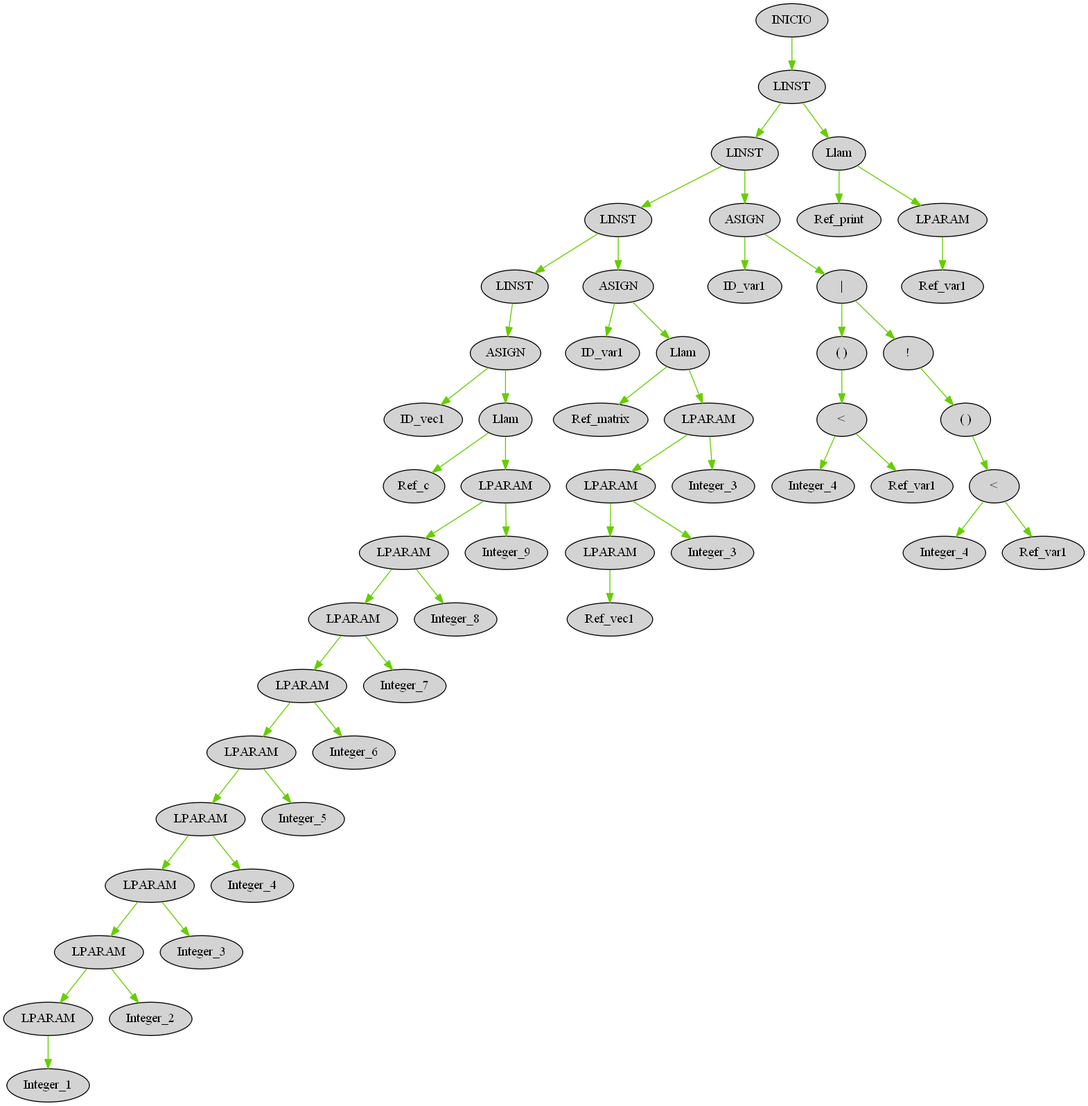
This is OLC2P12020/AST_proyecto.png from ElmerAlay/OLC21P2020, a Graphviz export, as it was before one commit. Its source is kept beside it as OLC2P12020/AST_proyecto.dot.
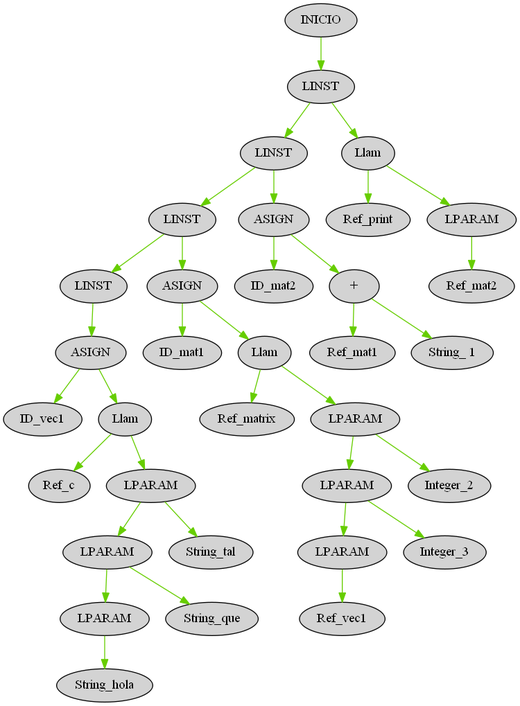
The same file after the commit.

What changed in the source:
```diff
@@ -1,160 +1,103 @@
 digraph G { node[shape=oval, style=filled, collor=coral]; edge[color=chartreuse3]; rankdir=UD
 
-"156" [label="INICIO"]
-"155" [label="LINST"]
-"156" -> "155"
-"155" [label="LINST"]
-"150" [label="LINST"]
-"155" -> "150"
-"150" [label="LINST"]
-"137" [label="LINST"]
-"150" -> "137"
-"137" [label="LINST"]
-"126" [label="LINST"]
-"137" -> "126"
-"126" [label="LINST"]
-"125" [label="ASIGN"]
-"126" -> "125"
-"125" [label="ASIGN"]
-"124" [label="ID_vec1"]
+"140" [label="INICIO"]
+"139" [label="LINST"]
+"140" -> "139"
+"139" [label="LINST"]
+"134" [label="LINST"]
+"139" -> "134"
+"134" [label="LINST"]
+"128" [label="LINST"]
+"134" -> "128"
+"128" [label="LINST"]
+"117" [label="LINST"]
+"128" -> "117"
+"117" [label="LINST"]
+"116" [label="ASIGN"]
+"117" -> "116"
+"116" [label="ASIGN"]
+"115" [label="ID_vec1"]
+"116" -> "115"
+"116" [label="ASIGN"]
+"114" [label="Llam"]
+"116" -> "114"
+"114" [label="Llam"]
+"113" [label="Ref_c"]
+"114" -> "113"
+"114" [label="Llam"]
+"112" [label="LPARAM"]
+"114" -> "112"
+"112" [label="LPARAM"]
+"110" [label="LPARAM"]
+"112" -> "110"
+"110" [label="LPARAM"]
+"108" [label="LPARAM"]
+"110" -> "108"
+"108" [label="LPARAM"]
+"107" [label="String_hola"]
+"108" -> "107"
+"110" [label="LPARAM"]
+"109" [label="String_que"]
+"110" -> "109"
+"112" [label="LPARAM"]
+"111" [label="String_tal"]
+"112" -> "111"
+"128" [label="LINST"]
+"127" [label="ASIGN"]
+"128" -> "127"
+"127" [label="ASIGN"]
+"126" [label="ID_mat1"]
+"127" -> "126"
+"127" [label="ASIGN"]
+"125" [label="Llam"]
+"127" -> "125"
+"125" [label="Llam"]
+"124" [label="Ref_matrix"]
 "125" -> "124"
-"125" [label="ASIGN"]
-"123" [label="Llam"]
+"125" [label="Llam"]
+"123" [label="LPARAM"]
 "125" -> "123"
-"123" [label="Llam"]
-"122" [label="Ref_c"]
-"123" -> "122"
-"123" [label="Llam"]
+"123" [label="LPARAM"]
 "121" [label="LPARAM"]
 "123" -> "121"
 "121" [label="LPARAM"]
 "119" [label="LPARAM"]
 "121" -> "119"
 "119" [label="LPARAM"]
-"117" [label="LPARAM"]
-"119" -> "117"
-"117" [label="LPARAM"]
-"115" [label="LPARAM"]
-"117" -> "115"
-"115" [label="LPARAM"]
-"113" [label="LPARAM"]
-"115" -> "113"
-"113" [label="LPARAM"]
-"111" [label="LPARAM"]
-"113" -> "111"
-"111" [label="LPARAM"]
-"109" [label="LPARAM"]
-"111" -> "109"
-"109" [label="LPARAM"]
-"107" [label="LPARAM"]
-"109" -> "107"
-"107" [label="LPARAM"]
-"105" [label="LPARAM"]
-"107" -> "105"
-"105" [label="LPARAM"]
-"104" [label="Integer_1"]
-"105" -> "104"
-"107" [label="LPARAM"]
-"106" [label="Integer_2"]
-"107" -> "106"
-"109" [label="LPARAM"]
-"108" [label="Integer_3"]
-"109" -> "108"
-"111" [label="LPARAM"]
-"110" [label="Integer_4"]
-"111" -> "110"
-"113" [label="LPARAM"]
-"112" [label="Integer_5"]
-"113" -> "112"
-"115" [label="LPARAM"]
-"114" [label="Integer_6"]
-"115" -> "114"
-"117" [label="LPARAM"]
-"116" [label="Integer_7"]
-"117" -> "116"
-"119" [label="LPARAM"]
-"118" [label="Integer_8"]
+"118" [label="Ref_vec1"]
 "119" -> "118"
 "121" [label="LPARAM"]
-"120" [label="Integer_9"]
+"120" [label="Integer_3"]
 "121" -> "120"
-"137" [label="LINST"]
-"136" [label="ASIGN"]
-"137" -> "136"
-"136" [label="ASIGN"]
-"135" [label="ID_var1"]
+"123" [label="LPARAM"]
+"122" [label="Integer_2"]
+"123" -> "122"
+"134" [label="LINST"]
+"133" [label="ASIGN"]
+"134" -> "133"
+"133" [label="ASIGN"]
+"132" [label="ID_mat2"]
+"133" -> "132"
+"133" [label="ASIGN"]
+"131" [label="+"]
+"133" -> "131"
+"131" [label="+"]
+"129" [label="Ref_mat1"]
+"131" -> "129"
+"131" [label="+"]
+"130" [label="String_ 1"]
+"131" -> "130"
+"139" [label="LINST"]
+"138" [label="Llam"]
+"139" -> "138"
+"138" [label="Llam"]
+"137" [label="Ref_print"]
+"138" -> "137"
+"138" [label="Llam"]
+"136" [label="LPARAM"]
+"138" -> "136"
+"136" [label="LPARAM"]
+"135" [label="Ref_mat2"]
 "136" -> "135"
-"136" [label="ASIGN"]
-"134" [label="Llam"]
-"136" -> "134"
-"134" [label="Llam"]
-"133" [label="Ref_matrix"]
-"134" -> "133"
-"134" [label="Llam"]
-"132" [label="LPARAM"]
-"134" -> "132"
-"132" [label="LPARAM"]
-"130" [label="LPARAM"]
-"132" -> "130"
-"130" [label="LPARAM"]
-"128" [label="LPARAM"]
-"130" -> "128"
-"128" [label="LPARAM"]
-"127" [label="Ref_vec1"]
-"128" -> "127"
-"130" [label="LPARAM"]
-"129" [label="Integer_3"]
-"130" -> "129"
-"132" [label="LPARAM"]
-"131" [label="Integer_3"]
-"132" -> "131"
-"150" [label="LINST"]
-"149" [label="ASIGN"]
-"150" -> "149"
-"149" [label="ASIGN"]
-"148" [label="ID_var1"]
-"149" -> "148"
-"149" [label="ASIGN"]
-"147" [label="|"]
-"149" -> "147"
-"147" [label="|"]
-"141" [label="( )"]
-"147" -> "141"
-"141" [label="( )"]
-"140" [label="<"]
-"141" -> "140"
-"140" [label="<"]
-"138" [label="Integer_4"]
-"140" -> "138"
-"140" [label="<"]
-"139" [label="Ref_var1"]
-"140" -> "139"
-"147" [label="|"]
-"146" [label="!"]
-"147" -> "146"
-"146" [label="!"]
-"145" [label="( )"]
-"146" -> "145"
-"145" [label="( )"]
-"144" [label="<"]
-"145" -> "144"
-"144" [label="<"]
-"142" [label="Integer_4"]
-"144" -> "142"
-"144" [label="<"]
-"143" [label="Ref_var1"]
-"144" -> "143"
-"155" [label="LINST"]
-"154" [label="Llam"]
-"155" -> "154"
-"154" [label="Llam"]
-"153" [label="Ref_print"]
-"154" -> "153"
-"154" [label="Llam"]
-"152" [label="LPARAM"]
-"154" -> "152"
-"152" [label="LPARAM"]
-"151" [label="Ref_var1"]
-"152" -> "151"
 
 }
```
